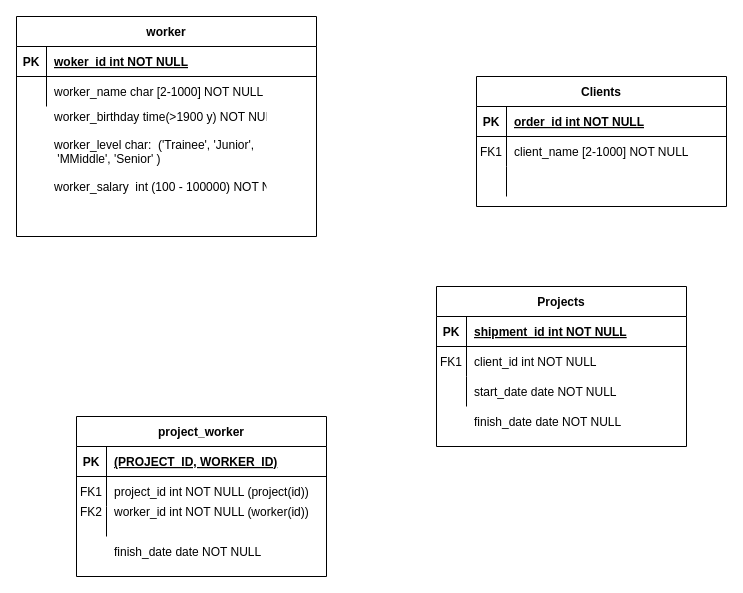
uzaren-gh/schemes keeps this draw.io diagram as Диаграмма без названия.drawio. Above is the earlier version. Source tidied: cells renumbered, new cells numbered last; positions are measured from the earlier drawing's top-left corner, leaving out a move shared by most shapes. Both pictures are drawn from the tidied source at 100%, with x=0, y=0 at pixel (16, 16).
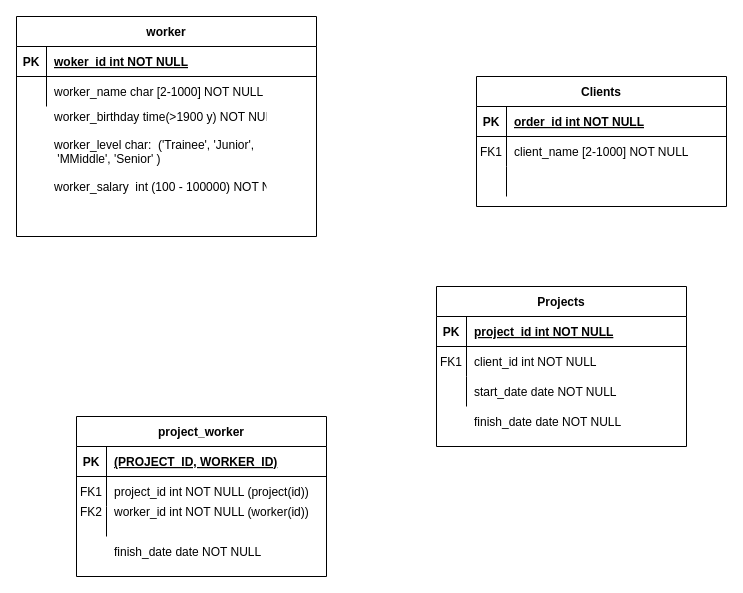
The same diagram, later.

Commit message:
правка ошибок

Unchanged cells that the change refers to:
```xml
<mxCell id="14" style="shape=partialRectangle;fillColor=none;top=0;left=0;right=0;bottom=1;" parent="13" vertex="1">
  <mxGeometry y="30" width="250" height="30" as="geometry" />
</mxCell>
```

Change to the diagram source:
```diff
@@
-    <mxCell id="16" value="shipment_id int NOT NULL " style="shape=partialRectangle;overflow=hidden;fillColor=none;top=0;left=0;bottom=0;right=0;align=left;spacingLeft=6;fontStyle=5;" parent="14" vertex="1">
+    <mxCell id="16" value="project_id int NOT NULL " style="shape=partialRectangle;overflow=hidden;fillColor=none;top=0;left=0;bottom=0;right=0;align=left;spacingLeft=6;fontStyle=5;" parent="14" vertex="1">
       <mxGeometry x="30" width="220" height="30" as="geometry" />
     </mxCell>
```
